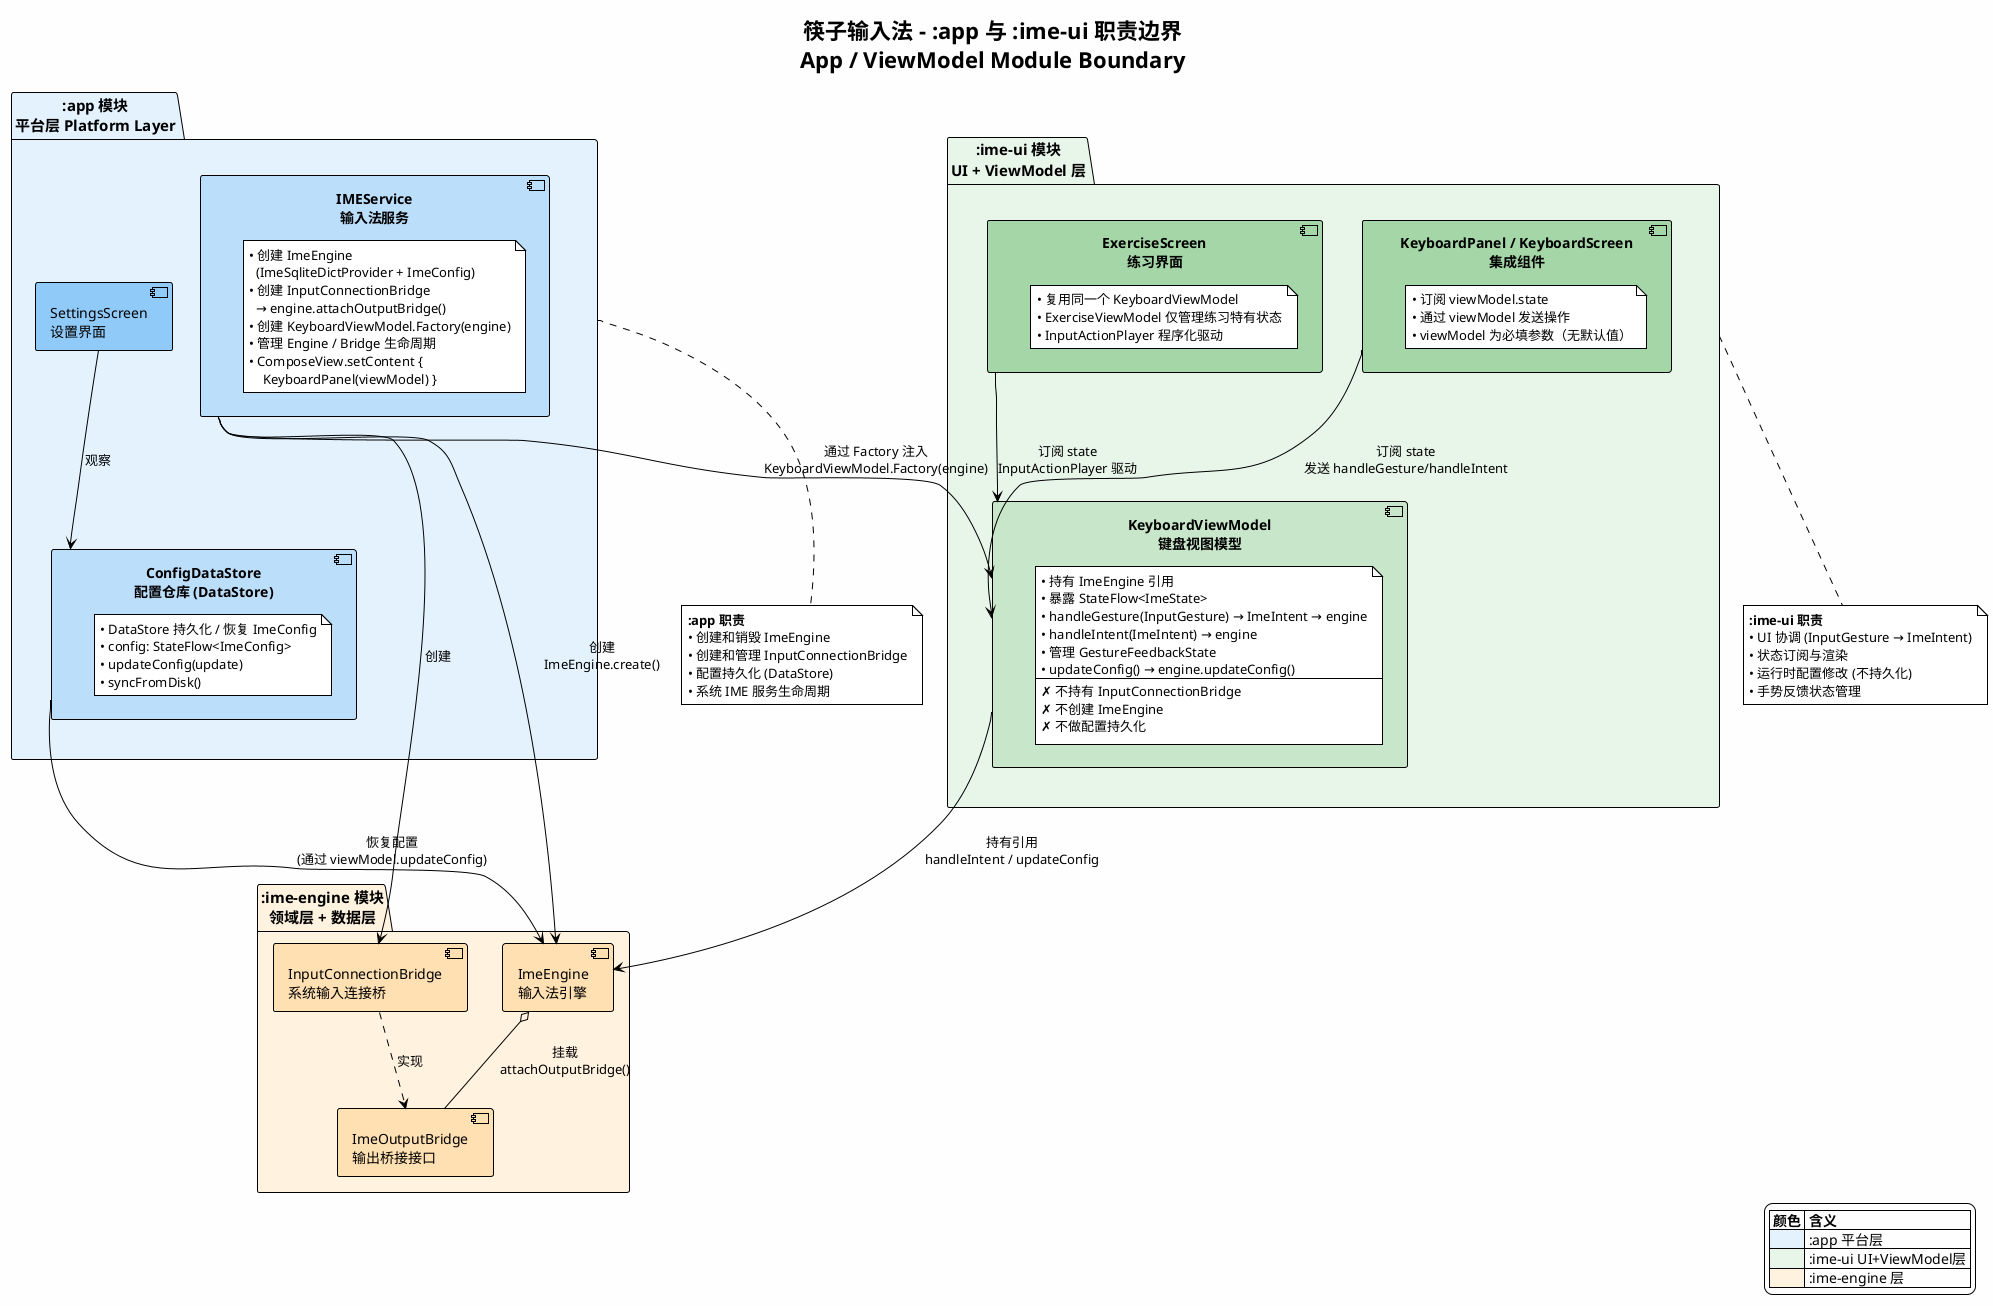
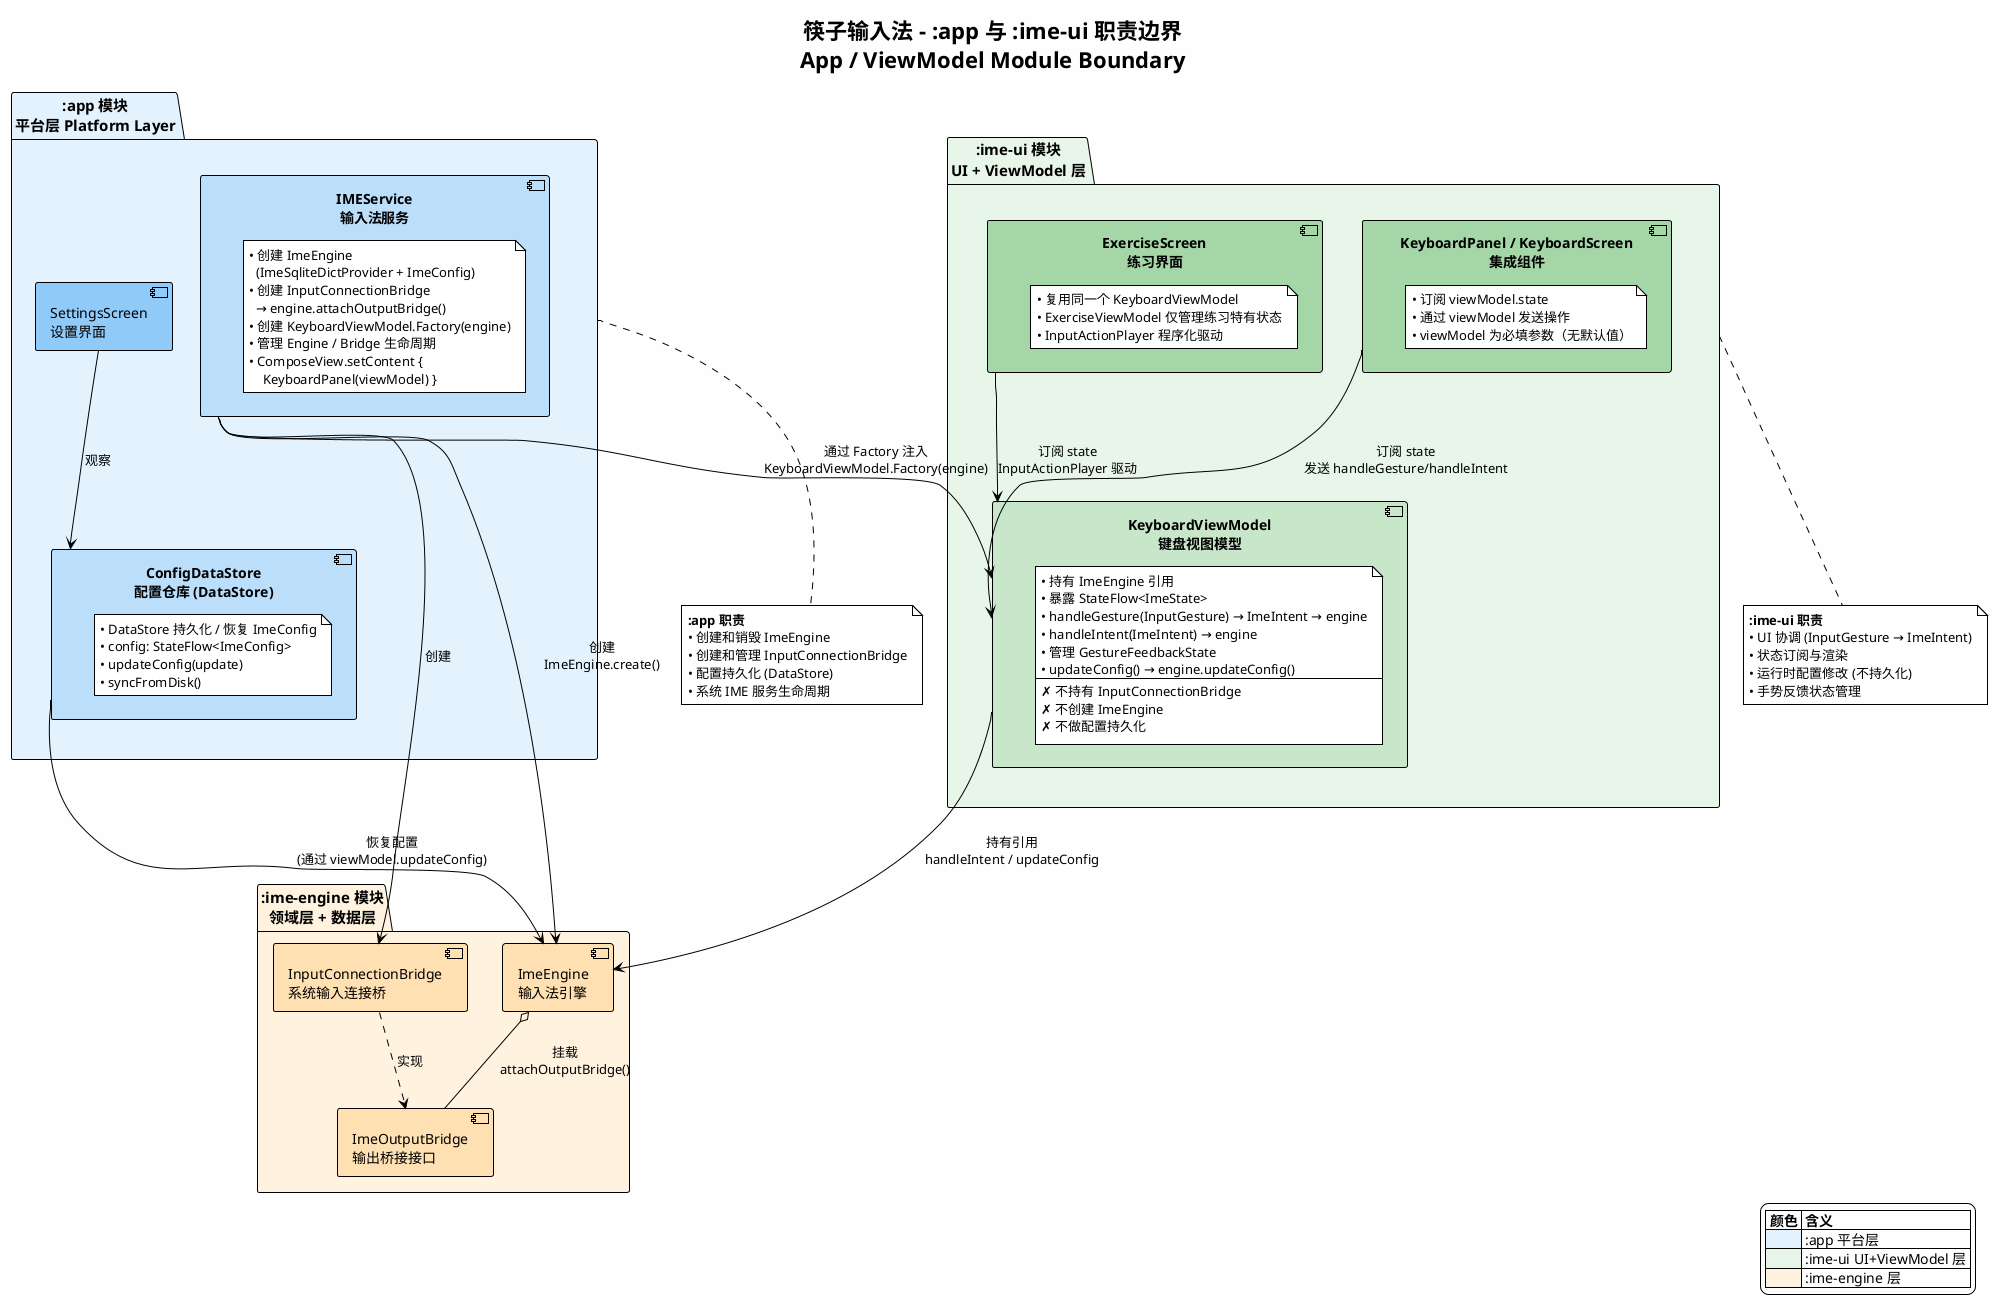
@startuml app-viewmodel-boundary
!theme plain
skinparam backgroundColor #FEFEFE
skinparam shadowing false
skinparam defaultFontSize 13
skinparam componentFontSize 14
skinparam packageFontSize 15

title 筷子输入法 - :app 与 :ime-ui 职责边界\nApp / ViewModel Module Boundary

' ─── :app 模块 ────────────────────────────────────────────────────

package ":app 模块\n平台层 Platform Layer" as app #E3F2FD {

    component "IMEService\n输入法服务" as IMEService #BBDEFB {
        note as ime_note
            • 创建 ImeEngine
              (ImeSqliteDictProvider + ImeConfig)
            • 创建 InputConnectionBridge
              → engine.attachOutputBridge()
            • 创建 KeyboardViewModel.Factory(engine)
            • 管理 Engine / Bridge 生命周期
            • ComposeView.setContent {
                KeyboardPanel(viewModel) }
        end note
    }

    component "ConfigDataStore\n配置仓库 (DataStore)" as ConfigRepo #BBDEFB {
        note as config_note
            • DataStore 持久化 / 恢复 ImeConfig
            • config: StateFlow<ImeConfig>
            • updateConfig(update)
            • syncFromDisk()
        end note
    }

    component "SettingsScreen\n设置界面" as Settings #90CAF9
}

' ─── :ime-ui 模块 ─────────────────────────────────────────────────

package ":ime-ui 模块\nUI + ViewModel 层" as ui #E8F5E9 {

    component "KeyboardViewModel\n键盘视图模型" as KVM #C8E6C9 {
        note as kvm_note
            • 持有 ImeEngine 引用
            • 暴露 StateFlow<ImeState>
            • handleGesture(InputGesture) → ImeIntent → engine
            • handleIntent(ImeIntent) → engine
            • 管理 GestureFeedbackState
            • updateConfig() → engine.updateConfig()
            ---
            ✗ 不持有 InputConnectionBridge
            ✗ 不创建 ImeEngine
            ✗ 不做配置持久化
        end note
    }

    component "KeyboardPanel / KeyboardScreen\n集成组件" as KP #A5D6A7 {
        note as kp_note
            • 订阅 viewModel.state
            • 通过 viewModel 发送操作
            • viewModel 为必填参数（无默认值）
        end note
    }

    component "ExerciseScreen\n练习界面" as ES #A5D6A7 {
        note as es_note
            • 复用同一个 KeyboardViewModel
            • ExerciseViewModel 仅管理练习特有状态
            • InputActionPlayer 程序化驱动
        end note
    }
}

' ─── :ime-engine 模块 ─────────────────────────────────────────────

package ":ime-engine 模块\n领域层 + 数据层" as engine #FFF3E0 {

    component "ImeEngine\n输入法引擎" as ImeEngine #FFE0B2
    component "ImeOutputBridge\n输出桥接接口" as Bridge #FFE0B2
    component "InputConnectionBridge\n系统输入连接桥" as ICB_ref #FFE0B2
}

' ─── Cross-boundary Relationships ─────────────────────────────────

IMEService --> ImeEngine : "创建\nImeEngine.create()"
IMEService --> ICB_ref : "创建"
ICB_ref ..> Bridge : "实现"
ImeEngine o-- Bridge : "挂载\nattachOutputBridge()"
IMEService --> KVM : "通过 Factory 注入\nKeyboardViewModel.Factory(engine)"

KVM --> ImeEngine : "持有引用\nhandleIntent / updateConfig"
KP --> KVM : "订阅 state\n发送 handleGesture/handleIntent"
ES --> KVM : "订阅 state\nInputActionPlayer 驱动"

Settings --> ConfigRepo : "观察"
ConfigRepo --> ImeEngine : "恢复配置\n(通过 viewModel.updateConfig)"

' ─── Boundary Marker ──────────────────────────────────────────────

note bottom of app
    **:app 职责**
    • 创建和销毁 ImeEngine
    • 创建和管理 InputConnectionBridge
    • 配置持久化 (DataStore)
    • 系统 IME 服务生命周期
end note

note bottom of ui
    **:ime-ui 职责**
    • UI 协调 (InputGesture → ImeIntent)
    • 状态订阅与渲染
    • 运行时配置修改 (不持久化)
    • 手势反馈状态管理
end note

' ─── Legend ─────────────────────────────────────────────────────────

legend right
    |= 颜色 |= 含义 |
    |<#E3F2FD>| :app 平台层 |
-     |<#E8F5E9>| :ime-ui UI+ViewModel层 |
+     |<#E8F5E9>| :ime-ui UI+ViewModel 层 |
    |<#FFF3E0>| :ime-engine 层 |
endlegend

@enduml
